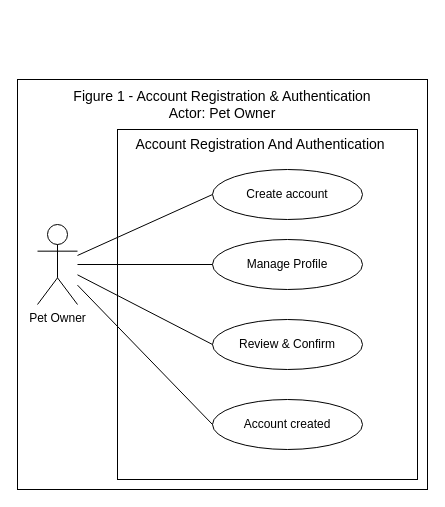
This is page "figure 1" (1 of 10) of USE-CASE_Diagram_Franco.drawio from Chels013/Breedr-Diagrams, a draw.io file, before an edit. Source tidied: cells renumbered, new cells numbered last; positions are measured from the earlier drawing's top-left corner, leaving out a move shared by most shapes. Both pictures are drawn from the tidied source at 100%, with x=0, y=0 at pixel (17, 17).
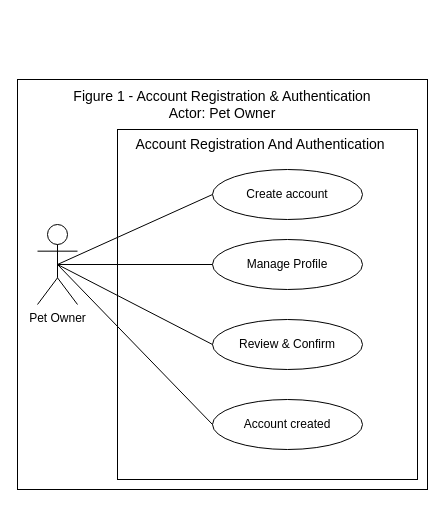
After the change.

Diff of the diagram source:
```diff
@@
 <mxGraphModel>
   <root>
     <mxCell id="0" />
     <mxCell id="1" parent="0" />
     <mxCell id="2" value="&lt;div&gt;&lt;div&gt;&lt;/div&gt;&lt;/div&gt;" style="rounded=0;whiteSpace=wrap;html=1;" parent="1" vertex="1">
       <mxGeometry y="62" width="410" height="410" as="geometry" />
     </mxCell>
     <mxCell id="3" value="&lt;div&gt;&lt;/div&gt;" style="text;html=1;align=center;verticalAlign=middle;strokeColor=none;fillColor=none;" parent="1" vertex="1">
       <mxGeometry x="340" width="20" height="10" as="geometry" />
     </mxCell>
     <mxCell id="4" value="Pet Owner" style="shape=umlActor;verticalLabelPosition=bottom;verticalAlign=top;html=1;outlineConnect=0;" parent="1" vertex="1">
       <mxGeometry x="20" y="207" width="40" height="80" as="geometry" />
     </mxCell>
     <mxCell id="5" value="&lt;font style=&quot;color: rgb(0, 0, 0);&quot;&gt;&lt;font&gt;Figure 1 - Account Registration &amp;amp; Authentication&lt;/font&gt;&lt;br&gt;Actor: Pet Owner&lt;/font&gt;" style="text;html=1;align=center;verticalAlign=middle;whiteSpace=wrap;rounded=0;fontFamily=Helvetica;fontSize=14;fontColor=default;" parent="1" vertex="1">
       <mxGeometry x="25" y="72" width="360" height="30" as="geometry" />
     </mxCell>
     <mxCell id="6" style="rounded=0;whiteSpace=wrap;html=1;align=center;verticalAlign=middle;fontFamily=Helvetica;fontSize=12;fontColor=default;fillColor=none;gradientColor=none;" parent="1" vertex="1">
       <mxGeometry x="100" y="112" width="300" height="350" as="geometry" />
     </mxCell>
     <mxCell id="7" value="Account Registration And Authentication&amp;nbsp;" style="text;html=1;align=center;verticalAlign=middle;whiteSpace=wrap;rounded=0;fontFamily=Helvetica;fontSize=14;fontColor=default;" parent="1" vertex="1">
       <mxGeometry x="100" y="112" width="290" height="30" as="geometry" />
     </mxCell>
     <mxCell id="8" value="Create account" style="ellipse;whiteSpace=wrap;html=1;rounded=0;align=center;verticalAlign=middle;fontFamily=Helvetica;fontSize=12;fontColor=default;fillColor=#FFFFFF;gradientColor=none;" parent="1" vertex="1">
       <mxGeometry x="195" y="152" width="150" height="50" as="geometry" />
     </mxCell>
     <mxCell id="9" value="Manage Profile" style="ellipse;whiteSpace=wrap;html=1;rounded=0;align=center;verticalAlign=middle;fontFamily=Helvetica;fontSize=12;fontColor=default;fillColor=#FFFFFF;gradientColor=none;" parent="1" vertex="1">
       <mxGeometry x="195" y="222" width="150" height="50" as="geometry" />
     </mxCell>
-    <mxCell id="10" style="endArrow=none;html=1;entryX=0;entryY=0.5;entryDx=0;entryDy=0;" parent="1" edge="1" source="4" target="8">
+    <mxCell id="10" style="endArrow=none;html=1;entryX=0;entryY=0.5;entryDx=0;entryDy=0;exitX=0.5;exitY=0.5;exitDx=0;exitDy=0;exitPerimeter=0;" parent="1" edge="1" source="4" target="8">
       <mxGeometry relative="1" as="geometry" />
     </mxCell>
-    <mxCell id="11" style="endArrow=none;html=1;entryX=0;entryY=0.5;entryDx=0;entryDy=0;" parent="1" edge="1" source="4" target="9">
+    <mxCell id="11" style="endArrow=none;html=1;entryX=0;entryY=0.5;entryDx=0;entryDy=0;exitX=0.5;exitY=0.5;exitDx=0;exitDy=0;exitPerimeter=0;" parent="1" edge="1" source="4" target="9">
       <mxGeometry relative="1" as="geometry" />
     </mxCell>
     <mxCell id="12" value="Review &amp;amp; Confirm" style="ellipse;whiteSpace=wrap;html=1;rounded=0;align=center;verticalAlign=middle;fontFamily=Helvetica;fontSize=12;fontColor=default;fillColor=#FFFFFF;gradientColor=none;" parent="1" vertex="1">
       <mxGeometry x="195" y="302" width="150" height="50" as="geometry" />
     </mxCell>
     <mxCell id="13" value="Account created" style="ellipse;whiteSpace=wrap;html=1;rounded=0;align=center;verticalAlign=middle;fontFamily=Helvetica;fontSize=12;fontColor=default;fillColor=#FFFFFF;gradientColor=none;" parent="1" vertex="1">
       <mxGeometry x="195" y="382" width="150" height="50" as="geometry" />
     </mxCell>
-    <mxCell id="14" style="endArrow=none;html=1;entryX=0;entryY=0.5;entryDx=0;entryDy=0;" parent="1" edge="1" source="4" target="13">
+    <mxCell id="14" style="endArrow=none;html=1;entryX=0;entryY=0.5;entryDx=0;entryDy=0;exitX=0.5;exitY=0.5;exitDx=0;exitDy=0;exitPerimeter=0;" parent="1" edge="1" source="4" target="13">
       <mxGeometry relative="1" as="geometry" />
     </mxCell>
-    <mxCell id="15" style="endArrow=none;html=1;entryX=0;entryY=0.5;entryDx=0;entryDy=0;" parent="1" edge="1" source="4" target="12">
+    <mxCell id="15" style="endArrow=none;html=1;entryX=0;entryY=0.5;entryDx=0;entryDy=0;exitX=0.5;exitY=0.5;exitDx=0;exitDy=0;exitPerimeter=0;" parent="1" edge="1" source="4" target="12">
       <mxGeometry relative="1" as="geometry" />
     </mxCell>
   </root>
 </mxGraphModel>
```
